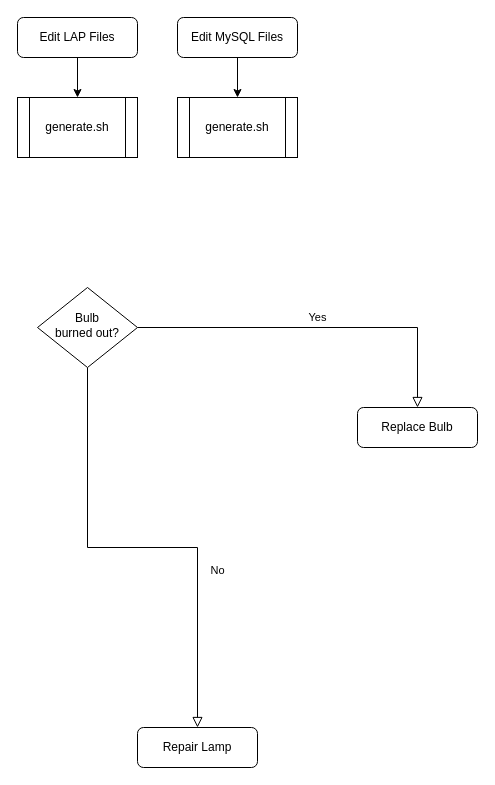
This is doc/flow.drawio from step-security-bot/dante-wiki, a draw.io file, before an edit. Source tidied: cells renumbered, new cells numbered last; positions are measured from the earlier drawing's top-left corner, leaving out a move shared by most shapes. Both pictures are drawn from the tidied source at 100%, with x=0, y=0 at pixel (17, 17).
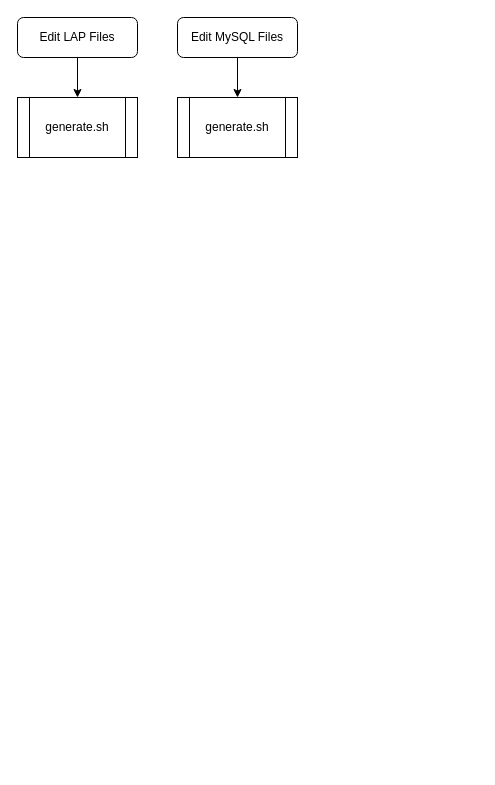
After the change.

The edit, as a diff of the source:
```diff
@@
 <mxGraphModel>
   <root>
     <mxCell id="0" />
     <mxCell id="1" parent="0" />
     <mxCell id="2" style="edgeStyle=orthogonalEdgeStyle;rounded=0;jettySize=auto;html=1;exitX=0.5;exitY=1;exitDx=0;exitDy=0;entryX=0.5;entryY=0;entryDx=0;entryDy=0;" parent="1" edge="1" source="3" target="9">
       <mxGeometry relative="1" as="geometry" />
     </mxCell>
     <mxCell id="3" value="Edit LAP Files" style="rounded=1;whiteSpace=wrap;html=1;fontSize=12;glass=0;strokeWidth=1;shadow=0;" parent="1" vertex="1">
       <mxGeometry width="120" height="40" as="geometry" />
     </mxCell>
-    <mxCell id="4" value="No" style="rounded=0;html=1;jettySize=auto;fontSize=11;endArrow=block;endFill=0;endSize=8;strokeWidth=1;shadow=0;labelBackgroundColor=none;edgeStyle=orthogonalEdgeStyle;" parent="1" edge="1" source="6" target="7">
-      <mxGeometry x="0.33" y="20" relative="1" as="geometry" />
-    </mxCell>
-    <mxCell id="5" value="Yes" style="edgeStyle=orthogonalEdgeStyle;rounded=0;html=1;jettySize=auto;fontSize=11;endArrow=block;endFill=0;endSize=8;strokeWidth=1;shadow=0;labelBackgroundColor=none;" parent="1" edge="1" source="6" target="8">
-      <mxGeometry y="10" relative="1" as="geometry" />
-    </mxCell>
-    <mxCell id="6" value="Bulb&lt;br&gt;burned out?" style="rhombus;whiteSpace=wrap;html=1;shadow=0;fontFamily=Helvetica;fontSize=12;align=center;strokeWidth=1;spacing=6;spacingTop=-4;" parent="1" vertex="1">
-      <mxGeometry x="20" y="270" width="100" height="80" as="geometry" />
-    </mxCell>
-    <mxCell id="7" value="Repair Lamp" style="rounded=1;whiteSpace=wrap;html=1;fontSize=12;glass=0;strokeWidth=1;shadow=0;" parent="1" vertex="1">
-      <mxGeometry x="120" y="710" width="120" height="40" as="geometry" />
-    </mxCell>
-    <mxCell id="8" value="Replace Bulb" style="rounded=1;whiteSpace=wrap;html=1;fontSize=12;glass=0;strokeWidth=1;shadow=0;" parent="1" vertex="1">
-      <mxGeometry x="340" y="390" width="120" height="40" as="geometry" />
-    </mxCell>
     <mxCell id="9" value="generate.sh" style="shape=process;whiteSpace=wrap;html=1;backgroundOutline=1;" parent="1" vertex="1">
       <mxGeometry y="80" width="120" height="60" as="geometry" />
     </mxCell>
     <mxCell id="10" style="edgeStyle=none;html=1;exitX=0.5;exitY=1;exitDx=0;exitDy=0;entryX=0.5;entryY=0;entryDx=0;entryDy=0;" parent="1" edge="1" source="11" target="12">
       <mxGeometry relative="1" as="geometry" />
     </mxCell>
     <mxCell id="11" value="Edit MySQL Files" style="rounded=1;whiteSpace=wrap;html=1;fontSize=12;glass=0;strokeWidth=1;shadow=0;" parent="1" vertex="1">
       <mxGeometry x="160" width="120" height="40" as="geometry" />
     </mxCell>
     <mxCell id="12" value="generate.sh" style="shape=process;whiteSpace=wrap;html=1;backgroundOutline=1;" parent="1" vertex="1">
       <mxGeometry x="160" y="80" width="120" height="60" as="geometry" />
     </mxCell>
   </root>
 </mxGraphModel>
```
